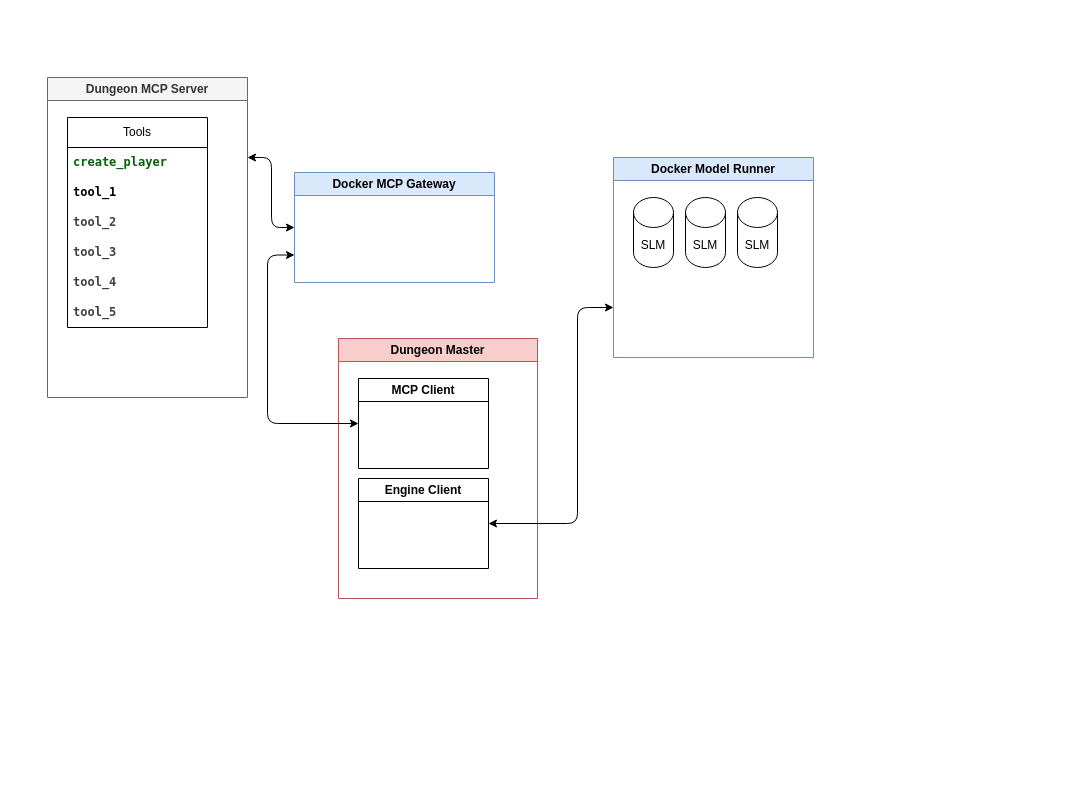
Earlier version of the draw.io diagram architecture/game.drawio (Compose-and-Dragons/dungeon.v1). Source tidied: cells renumbered, new cells numbered last; positions are measured from the earlier drawing's top-left corner, leaving out a move shared by most shapes. Both pictures are drawn from the tidied source at 100%, with x=0, y=0 at pixel (47, 77).
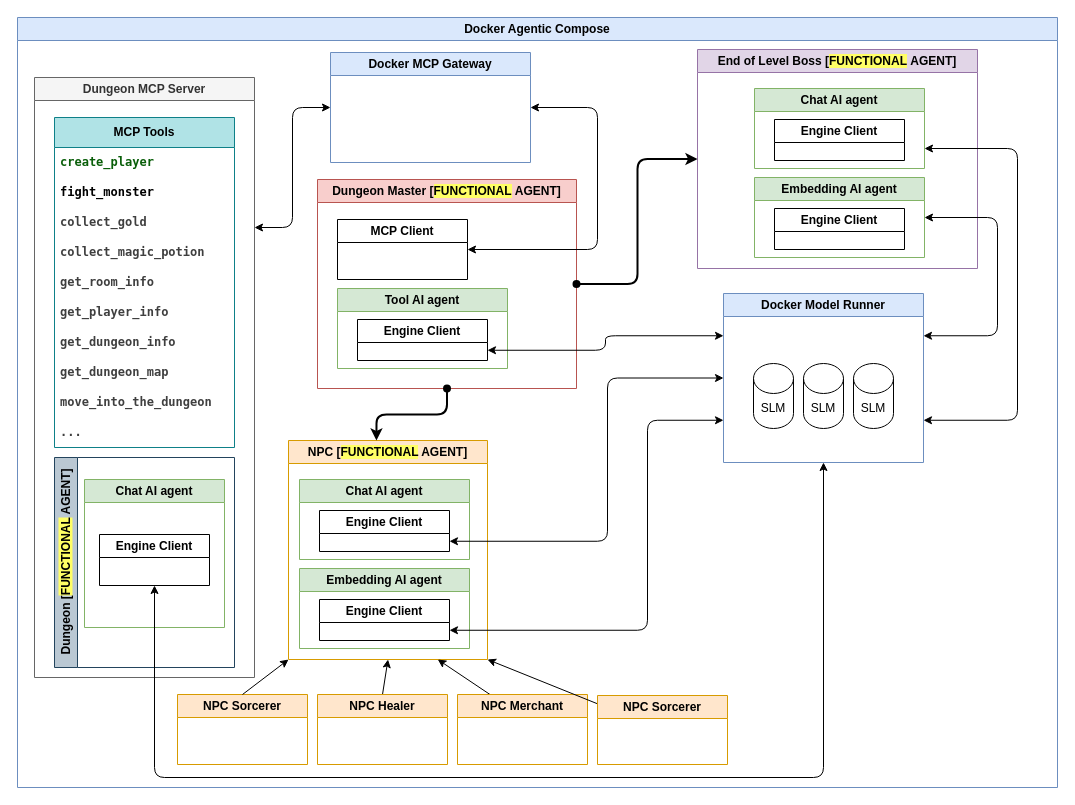
After the change.

Diff of the diagram source:
```diff
@@
+    <mxCell id="21" value="Docker Agentic Compose" style="swimlane;whiteSpace=wrap;html=1;fillColor=#dae8fc;strokeColor=#6c8ebf;" parent="1" vertex="1">
+      <mxGeometry x="-30" y="-60" width="1040" height="770" as="geometry" />
+    </mxCell>
     <mxCell id="2" value="Dungeon MCP Server" style="swimlane;whiteSpace=wrap;html=1;fillColor=#f5f5f5;fontColor=#333333;strokeColor=#666666;" parent="1" vertex="1">
-      <mxGeometry width="200" height="320" as="geometry" />
+      <mxGeometry x="-13" width="220" height="600" as="geometry" />
     </mxCell>
-    <mxCell id="3" value="Tools" style="swimlane;fontStyle=0;horizontal=1;startSize=30;whiteSpace=wrap;html=1;" parent="2" vertex="1">
-      <mxGeometry x="20" y="40" width="140" height="210" as="geometry" />
+    <mxCell id="3" value="MCP Tools" style="swimlane;fontStyle=1;horizontal=1;startSize=30;whiteSpace=wrap;html=1;fillColor=#b0e3e6;strokeColor=#0e8088;" parent="2" vertex="1">
+      <mxGeometry x="20" y="40" width="180" height="330" as="geometry" />
     </mxCell>
     <mxCell id="4" value="&lt;div style=&quot;color: rgb(0, 0, 0); background-color: rgb(255, 255, 255); font-family: Menlo, Monaco, &amp;quot;Courier New&amp;quot;, monospace; line-height: 21px; white-space: pre;&quot;&gt;&lt;span style=&quot;color: rgb(9, 94, 9); font-weight: bold;&quot;&gt;&lt;font&gt;create_player&lt;/font&gt;&lt;/span&gt;&lt;/div&gt;" style="text;strokeColor=none;fillColor=none;align=left;verticalAlign=middle;spacingLeft=4;spacingRight=4;overflow=hidden;whiteSpace=wrap;html=1;" parent="3" vertex="1">
-      <mxGeometry y="30" width="140" height="30" as="geometry" />
+      <mxGeometry y="30" width="180" height="30" as="geometry" />
     </mxCell>
-    <mxCell id="5" value="&lt;div style=&quot;background-color: rgb(255, 255, 255); font-family: Menlo, Monaco, &amp;quot;Courier New&amp;quot;, monospace; line-height: 21px; white-space: pre; color: rgb(0, 0, 0);&quot;&gt;&lt;b&gt;tool_1&lt;/b&gt;&lt;/div&gt;" style="text;strokeColor=none;fillColor=none;align=left;verticalAlign=middle;spacingLeft=4;spacingRight=4;overflow=hidden;whiteSpace=wrap;html=1;" parent="3" vertex="1">
-      <mxGeometry y="60" width="140" height="30" as="geometry" />
+    <mxCell id="5" value="&lt;div style=&quot;background-color: rgb(255, 255, 255); font-family: Menlo, Monaco, &amp;quot;Courier New&amp;quot;, monospace; line-height: 21px; white-space: pre; color: rgb(0, 0, 0);&quot;&gt;&lt;b&gt;fight_monster&lt;/b&gt;&lt;/div&gt;" style="text;strokeColor=none;fillColor=none;align=left;verticalAlign=middle;spacingLeft=4;spacingRight=4;overflow=hidden;whiteSpace=wrap;html=1;" parent="3" vertex="1">
+      <mxGeometry y="60" width="180" height="30" as="geometry" />
     </mxCell>
-    <mxCell id="6" value="&lt;b style=&quot;color: rgb(63, 63, 63); scrollbar-color: rgb(226, 226, 226) rgb(251, 251, 251); font-family: Menlo, Monaco, &amp;quot;Courier New&amp;quot;, monospace; white-space: pre;&quot;&gt;tool_2&lt;/b&gt;" style="text;strokeColor=none;fillColor=none;align=left;verticalAlign=middle;spacingLeft=4;spacingRight=4;overflow=hidden;whiteSpace=wrap;html=1;" parent="3" vertex="1">
-      <mxGeometry y="90" width="140" height="30" as="geometry" />
+    <mxCell id="6" value="&lt;b style=&quot;color: rgb(63, 63, 63); scrollbar-color: rgb(226, 226, 226) rgb(251, 251, 251); font-family: Menlo, Monaco, &amp;quot;Courier New&amp;quot;, monospace; white-space: pre;&quot;&gt;collect_gold&lt;/b&gt;" style="text;strokeColor=none;fillColor=none;align=left;verticalAlign=middle;spacingLeft=4;spacingRight=4;overflow=hidden;whiteSpace=wrap;html=1;" parent="3" vertex="1">
+      <mxGeometry y="90" width="180" height="30" as="geometry" />
     </mxCell>
-    <mxCell id="7" value="&lt;b style=&quot;scrollbar-color: rgb(226, 226, 226) rgb(251, 251, 251); font-family: Menlo, Monaco, &amp;quot;Courier New&amp;quot;, monospace; white-space: pre; color: rgb(63, 63, 63);&quot;&gt;tool_3&lt;/b&gt;" style="text;strokeColor=none;fillColor=none;align=left;verticalAlign=middle;spacingLeft=4;spacingRight=4;overflow=hidden;whiteSpace=wrap;html=1;" parent="3" vertex="1">
-      <mxGeometry y="120" width="140" height="30" as="geometry" />
+    <mxCell id="7" value="&lt;b style=&quot;scrollbar-color: rgb(226, 226, 226) rgb(251, 251, 251); font-family: Menlo, Monaco, &amp;quot;Courier New&amp;quot;, monospace; white-space: pre; color: rgb(63, 63, 63);&quot;&gt;collect_magic_potion&lt;/b&gt;" style="text;strokeColor=none;fillColor=none;align=left;verticalAlign=middle;spacingLeft=4;spacingRight=4;overflow=hidden;whiteSpace=wrap;html=1;" parent="3" vertex="1">
+      <mxGeometry y="120" width="180" height="30" as="geometry" />
     </mxCell>
-    <mxCell id="8" value="&lt;b style=&quot;scrollbar-color: rgb(226, 226, 226) rgb(251, 251, 251); font-family: Menlo, Monaco, &amp;quot;Courier New&amp;quot;, monospace; white-space: pre; color: rgb(63, 63, 63);&quot;&gt;tool_4&lt;/b&gt;" style="text;strokeColor=none;fillColor=none;align=left;verticalAlign=middle;spacingLeft=4;spacingRight=4;overflow=hidden;whiteSpace=wrap;html=1;" parent="3" vertex="1">
-      <mxGeometry y="150" width="140" height="30" as="geometry" />
+    <mxCell id="8" value="&lt;b style=&quot;scrollbar-color: rgb(226, 226, 226) rgb(251, 251, 251); font-family: Menlo, Monaco, &amp;quot;Courier New&amp;quot;, monospace; white-space: pre; color: rgb(63, 63, 63);&quot;&gt;get_room_info&lt;/b&gt;" style="text;strokeColor=none;fillColor=none;align=left;verticalAlign=middle;spacingLeft=4;spacingRight=4;overflow=hidden;whiteSpace=wrap;html=1;" parent="3" vertex="1">
+      <mxGeometry y="150" width="180" height="30" as="geometry" />
     </mxCell>
-    <mxCell id="9" value="&lt;b style=&quot;scrollbar-color: rgb(226, 226, 226) rgb(251, 251, 251); font-family: Menlo, Monaco, &amp;quot;Courier New&amp;quot;, monospace; white-space: pre; color: rgb(63, 63, 63);&quot;&gt;tool_5&lt;/b&gt;" style="text;strokeColor=none;fillColor=none;align=left;verticalAlign=middle;spacingLeft=4;spacingRight=4;overflow=hidden;whiteSpace=wrap;html=1;" parent="3" vertex="1">
-      <mxGeometry y="180" width="140" height="30" as="geometry" />
+    <mxCell id="9" value="&lt;b style=&quot;scrollbar-color: rgb(226, 226, 226) rgb(251, 251, 251); font-family: Menlo, Monaco, &amp;quot;Courier New&amp;quot;, monospace; white-space: pre; color: rgb(63, 63, 63);&quot;&gt;get_player_info&lt;/b&gt;" style="text;strokeColor=none;fillColor=none;align=left;verticalAlign=middle;spacingLeft=4;spacingRight=4;overflow=hidden;whiteSpace=wrap;html=1;" parent="3" vertex="1">
+      <mxGeometry y="180" width="180" height="30" as="geometry" />
     </mxCell>
+    <mxCell id="22" value="&lt;b style=&quot;scrollbar-color: rgb(226, 226, 226) rgb(251, 251, 251); font-family: Menlo, Monaco, &amp;quot;Courier New&amp;quot;, monospace; white-space: pre; color: rgb(63, 63, 63);&quot;&gt;get_dungeon_info&lt;/b&gt;" style="text;strokeColor=none;fillColor=none;align=left;verticalAlign=middle;spacingLeft=4;spacingRight=4;overflow=hidden;whiteSpace=wrap;html=1;" parent="3" vertex="1">
+      <mxGeometry y="210" width="180" height="30" as="geometry" />
+    </mxCell>
+    <mxCell id="23" value="&lt;b style=&quot;scrollbar-color: rgb(226, 226, 226) rgb(251, 251, 251); font-family: Menlo, Monaco, &amp;quot;Courier New&amp;quot;, monospace; white-space: pre; color: rgb(63, 63, 63);&quot;&gt;get_dungeon_map&lt;/b&gt;" style="text;strokeColor=none;fillColor=none;align=left;verticalAlign=middle;spacingLeft=4;spacingRight=4;overflow=hidden;whiteSpace=wrap;html=1;" parent="3" vertex="1">
+      <mxGeometry y="240" width="180" height="30" as="geometry" />
+    </mxCell>
+    <mxCell id="24" value="&lt;b style=&quot;scrollbar-color: rgb(226, 226, 226) rgb(251, 251, 251); font-family: Menlo, Monaco, &amp;quot;Courier New&amp;quot;, monospace; white-space: pre; color: rgb(63, 63, 63);&quot;&gt;move_into_the_dungeon&lt;/b&gt;" style="text;strokeColor=none;fillColor=none;align=left;verticalAlign=middle;spacingLeft=4;spacingRight=4;overflow=hidden;whiteSpace=wrap;html=1;" parent="3" vertex="1">
+      <mxGeometry y="270" width="180" height="30" as="geometry" />
+    </mxCell>
+    <mxCell id="25" value="&lt;b style=&quot;scrollbar-color: rgb(226, 226, 226) rgb(251, 251, 251); font-family: Menlo, Monaco, &amp;quot;Courier New&amp;quot;, monospace; white-space: pre; color: rgb(63, 63, 63);&quot;&gt;...&lt;/b&gt;" style="text;strokeColor=none;fillColor=none;align=left;verticalAlign=middle;spacingLeft=4;spacingRight=4;overflow=hidden;whiteSpace=wrap;html=1;" parent="3" vertex="1">
+      <mxGeometry y="300" width="180" height="30" as="geometry" />
+    </mxCell>
+    <mxCell id="26" value="Dungeon [&lt;span style=&quot;background-color: light-dark(rgb(255, 255, 101), rgb(237, 237, 237));&quot;&gt;FUNCTIONAL&lt;/span&gt; AGENT]" style="swimlane;horizontal=0;whiteSpace=wrap;html=1;fillColor=#bac8d3;strokeColor=#23445d;" parent="2" vertex="1">
+      <mxGeometry x="20" y="380" width="180" height="210" as="geometry" />
+    </mxCell>
+    <mxCell id="27" value="Chat AI agent" style="swimlane;whiteSpace=wrap;html=1;fillColor=#d5e8d4;strokeColor=#82b366;" parent="26" vertex="1">
+      <mxGeometry x="30" y="22" width="140" height="148" as="geometry" />
+    </mxCell>
+    <mxCell id="28" value="Engine Client" style="swimlane;whiteSpace=wrap;html=1;rounded=0;glass=0;" parent="27" vertex="1">
+      <mxGeometry x="15" y="55" width="110" height="51" as="geometry" />
+    </mxCell>
     <mxCell id="10" value="Docker MCP Gateway" style="swimlane;whiteSpace=wrap;html=1;fillColor=#dae8fc;strokeColor=#6c8ebf;" parent="1" vertex="1">
-      <mxGeometry x="247" y="95" width="200" height="110" as="geometry" />
+      <mxGeometry x="283" y="-25" width="200" height="110" as="geometry" />
     </mxCell>
@@
-    <mxCell id="12" value="Dungeon Master" style="swimlane;whiteSpace=wrap;html=1;fillColor=#f8cecc;strokeColor=#b85450;" parent="1" vertex="1">
-      <mxGeometry x="291" y="261" width="199" height="260" as="geometry" />
+    <mxCell id="12" value="Dungeon Master [&lt;span style=&quot;color: rgb(0, 0, 0);&quot;&gt;&lt;span style=&quot;background-color: light-dark(rgb(255, 255, 101), rgb(50, 50, 0));&quot;&gt;FUNCTIONAL&lt;/span&gt;&amp;nbsp;&lt;/span&gt;AGENT]" style="swimlane;whiteSpace=wrap;html=1;fillColor=#f8cecc;strokeColor=#b85450;" parent="1" vertex="1">
+      <mxGeometry x="270" y="102" width="259" height="209" as="geometry" />
     </mxCell>
     <mxCell id="13" value="MCP Client" style="swimlane;whiteSpace=wrap;html=1;" parent="12" vertex="1">
-      <mxGeometry x="20" y="40" width="130" height="90" as="geometry" />
+      <mxGeometry x="20" y="40" width="130" height="60" as="geometry" />
     </mxCell>
-    <mxCell id="14" value="Engine Client" style="swimlane;whiteSpace=wrap;html=1;" parent="12" vertex="1">
-      <mxGeometry x="20" y="140" width="130" height="90" as="geometry" />
-    </mxCell>
-    <mxCell id="15" style="endArrow=classic;startArrow=classic;html=1;exitX=1;exitY=0.5;exitDx=0;exitDy=0;entryX=0;entryY=0.75;entryDx=0;entryDy=0;edgeStyle=elbowEdgeStyle;" parent="1" edge="1" source="14" target="17">
-      <mxGeometry relative="1" as="geometry">
-        <Array as="points">
-          <mxPoint x="530" y="340" />
-        </Array>
-      </mxGeometry>
-    </mxCell>
+    <mxCell id="29" value="Tool AI agent" style="swimlane;whiteSpace=wrap;html=1;fillColor=#d5e8d4;strokeColor=#82b366;" parent="12" vertex="1">
+      <mxGeometry x="20" y="109" width="170" height="80" as="geometry" />
+    </mxCell>
+    <mxCell id="30" value="Engine Client" style="swimlane;whiteSpace=wrap;html=1;" parent="29" vertex="1">
+      <mxGeometry x="20" y="31" width="130" height="41" as="geometry" />
+    </mxCell>
+    <mxCell id="31" value="NPC&amp;nbsp;&lt;span style=&quot;color: rgb(0, 0, 0);&quot;&gt;[&lt;span style=&quot;background-color: rgb(255, 255, 102);&quot;&gt;FUNCTIONAL&lt;/span&gt; AGENT]&lt;/span&gt;" style="swimlane;whiteSpace=wrap;html=1;backgroundOutline=0;fillColor=#ffe6cc;strokeColor=#d79b00;" parent="12" vertex="1">
+      <mxGeometry x="-29" y="261" width="199" height="219" as="geometry" />
+    </mxCell>
+    <mxCell id="32" value="Chat AI agent" style="swimlane;whiteSpace=wrap;html=1;fillColor=#d5e8d4;strokeColor=#82b366;" parent="31" vertex="1">
+      <mxGeometry x="11" y="39" width="170" height="80" as="geometry" />
+    </mxCell>
+    <mxCell id="33" value="Engine Client" style="swimlane;whiteSpace=wrap;html=1;" parent="32" vertex="1">
+      <mxGeometry x="20" y="31" width="130" height="41" as="geometry" />
+    </mxCell>
+    <mxCell id="34" value="Embedding AI agent" style="swimlane;whiteSpace=wrap;html=1;fillColor=#d5e8d4;strokeColor=#82b366;" parent="31" vertex="1">
+      <mxGeometry x="11" y="128" width="170" height="80" as="geometry" />
+    </mxCell>
+    <mxCell id="35" value="Engine Client" style="swimlane;whiteSpace=wrap;html=1;" parent="34" vertex="1">
+      <mxGeometry x="20" y="31" width="130" height="41" as="geometry" />
+    </mxCell>
+    <mxCell id="36" style="edgeStyle=orthogonalEdgeStyle;html=1;exitX=0.5;exitY=1;exitDx=0;exitDy=0;entryX=0.442;entryY=0;entryDx=0;entryDy=0;entryPerimeter=0;strokeWidth=2;startArrow=oval;startFill=1;" parent="12" edge="1" source="12" target="31">
+      <mxGeometry relative="1" as="geometry" />
+    </mxCell>
-    <mxCell id="16" style="edgeStyle=elbowEdgeStyle;html=1;exitX=0;exitY=0.5;exitDx=0;exitDy=0;startArrow=classic;startFill=1;entryX=0;entryY=0.75;entryDx=0;entryDy=0;" parent="1" edge="1" source="13" target="10">
+    <mxCell id="16" style="edgeStyle=elbowEdgeStyle;html=1;exitX=1;exitY=0.5;exitDx=0;exitDy=0;startArrow=classic;startFill=1;entryX=1;entryY=0.5;entryDx=0;entryDy=0;" parent="1" edge="1" source="13" target="10">
       <mxGeometry relative="1" as="geometry">
         <Array as="points">
-          <mxPoint x="220" y="320" />
+          <mxPoint x="550" y="130" />
         </Array>
       </mxGeometry>
     </mxCell>
     <mxCell id="17" value="Docker Model Runner" style="swimlane;whiteSpace=wrap;html=1;fillColor=#dae8fc;strokeColor=#6c8ebf;" parent="1" vertex="1">
-      <mxGeometry x="566" y="80" width="200" height="200" as="geometry" />
+      <mxGeometry x="676" y="216" width="200" height="169" as="geometry" />
     </mxCell>
     <mxCell id="18" value="SLM" style="shape=cylinder3;whiteSpace=wrap;html=1;boundedLbl=1;backgroundOutline=1;size=15;" parent="17" vertex="1">
-      <mxGeometry x="20" y="40" width="40" height="70" as="geometry" />
+      <mxGeometry x="30" y="70" width="40" height="65" as="geometry" />
     </mxCell>
     <mxCell id="19" value="SLM" style="shape=cylinder3;whiteSpace=wrap;html=1;boundedLbl=1;backgroundOutline=1;size=15;" parent="17" vertex="1">
-      <mxGeometry x="72" y="40" width="40" height="70" as="geometry" />
+      <mxGeometry x="80" y="70" width="40" height="65" as="geometry" />
     </mxCell>
     <mxCell id="20" value="SLM" style="shape=cylinder3;whiteSpace=wrap;html=1;boundedLbl=1;backgroundOutline=1;size=15;" parent="17" vertex="1">
-      <mxGeometry x="124" y="40" width="40" height="70" as="geometry" />
+      <mxGeometry x="130" y="70" width="40" height="65" as="geometry" />
     </mxCell>
+    <mxCell id="37" style="endArrow=classic;startArrow=classic;html=1;entryX=0.5;entryY=1;entryDx=0;entryDy=0;exitX=0.5;exitY=1;exitDx=0;exitDy=0;edgeStyle=elbowEdgeStyle;elbow=vertical;" parent="1" edge="1" source="17" target="28">
+      <mxGeometry relative="1" as="geometry">
+        <Array as="points">
+          <mxPoint x="430" y="700" />
+        </Array>
+      </mxGeometry>
+    </mxCell>
+    <mxCell id="38" value="NPC Sorcerer" style="swimlane;whiteSpace=wrap;html=1;backgroundOutline=0;fillColor=#ffe6cc;strokeColor=#d79b00;" parent="1" vertex="1">
+      <mxGeometry x="130" y="617" width="130" height="70" as="geometry" />
+    </mxCell>
+    <mxCell id="39" style="edgeStyle=none;html=1;exitX=0.5;exitY=0;exitDx=0;exitDy=0;entryX=0.5;entryY=1;entryDx=0;entryDy=0;" parent="1" edge="1" source="40" target="31">
+      <mxGeometry relative="1" as="geometry" />
+    </mxCell>
+    <mxCell id="40" value="NPC Healer" style="swimlane;whiteSpace=wrap;html=1;backgroundOutline=0;fillColor=#ffe6cc;strokeColor=#d79b00;" parent="1" vertex="1">
+      <mxGeometry x="270" y="617" width="130" height="70" as="geometry" />
+    </mxCell>
+    <mxCell id="41" style="edgeStyle=none;html=1;exitX=0.25;exitY=0;exitDx=0;exitDy=0;entryX=0.75;entryY=1;entryDx=0;entryDy=0;" parent="1" edge="1" source="42" target="31">
+      <mxGeometry relative="1" as="geometry" />
+    </mxCell>
+    <mxCell id="42" value="NPC Merchant" style="swimlane;whiteSpace=wrap;html=1;backgroundOutline=0;fillColor=#ffe6cc;strokeColor=#d79b00;" parent="1" vertex="1">
+      <mxGeometry x="410" y="617" width="130" height="70" as="geometry" />
+    </mxCell>
+    <mxCell id="43" style="edgeStyle=none;html=1;entryX=1;entryY=1;entryDx=0;entryDy=0;" parent="1" edge="1" source="44" target="31">
+      <mxGeometry relative="1" as="geometry" />
+    </mxCell>
+    <mxCell id="44" value="NPC Sorcerer" style="swimlane;whiteSpace=wrap;html=1;backgroundOutline=0;fillColor=#ffe6cc;strokeColor=#d79b00;" parent="1" vertex="1">
+      <mxGeometry x="550" y="618" width="130" height="69" as="geometry" />
+    </mxCell>
+    <mxCell id="45" style="endArrow=classic;html=1;exitX=0.5;exitY=0;exitDx=0;exitDy=0;entryX=0;entryY=1;entryDx=0;entryDy=0;" parent="1" edge="1" source="38" target="31">
+      <mxGeometry relative="1" as="geometry" />
+    </mxCell>
+    <mxCell id="46" style="edgeStyle=elbowEdgeStyle;html=1;exitX=1;exitY=0.75;exitDx=0;exitDy=0;entryX=0;entryY=0.5;entryDx=0;entryDy=0;endArrow=classic;endFill=1;startArrow=classic;startFill=1;" parent="1" edge="1" source="33" target="17">
+      <mxGeometry relative="1" as="geometry">
+        <Array as="points">
+          <mxPoint x="560" y="400" />
+        </Array>
+      </mxGeometry>
+    </mxCell>
+    <mxCell id="47" style="edgeStyle=elbowEdgeStyle;html=1;exitX=1;exitY=0.75;exitDx=0;exitDy=0;entryX=0;entryY=0.75;entryDx=0;entryDy=0;endArrow=classic;endFill=1;startArrow=classic;startFill=1;" parent="1" edge="1" source="35" target="17">
+      <mxGeometry relative="1" as="geometry">
+        <Array as="points">
+          <mxPoint x="600" y="460" />
+        </Array>
+      </mxGeometry>
+    </mxCell>
+    <mxCell id="48" style="edgeStyle=elbowEdgeStyle;html=1;exitX=1;exitY=0.75;exitDx=0;exitDy=0;entryX=0;entryY=0.25;entryDx=0;entryDy=0;startArrow=classic;startFill=1;" parent="1" edge="1" source="30" target="17">
+      <mxGeometry relative="1" as="geometry" />
+    </mxCell>
+    <mxCell id="49" value="End of Level Boss&amp;nbsp;&lt;span style=&quot;color: rgb(0, 0, 0);&quot;&gt;[&lt;span style=&quot;color: rgb(0, 0, 0);&quot;&gt;&lt;span style=&quot;background-color: rgb(255, 255, 102);&quot;&gt;FUNCTIONAL&lt;/span&gt;&amp;nbsp;&lt;/span&gt;AGENT]&lt;/span&gt;" style="swimlane;whiteSpace=wrap;html=1;backgroundOutline=0;fillColor=#e1d5e7;strokeColor=#9673a6;" parent="1" vertex="1">
+      <mxGeometry x="650" y="-28" width="280" height="219" as="geometry" />
+    </mxCell>
+    <mxCell id="50" value="Chat AI agent" style="swimlane;whiteSpace=wrap;html=1;fillColor=#d5e8d4;strokeColor=#82b366;" parent="49" vertex="1">
+      <mxGeometry x="57" y="39" width="170" height="80" as="geometry" />
+    </mxCell>
+    <mxCell id="51" value="Engine Client" style="swimlane;whiteSpace=wrap;html=1;" parent="50" vertex="1">
+      <mxGeometry x="20" y="31" width="130" height="41" as="geometry" />
+    </mxCell>
+    <mxCell id="52" value="Embedding AI agent" style="swimlane;whiteSpace=wrap;html=1;fillColor=#d5e8d4;strokeColor=#82b366;" parent="49" vertex="1">
+      <mxGeometry x="57" y="128" width="170" height="80" as="geometry" />
+    </mxCell>
+    <mxCell id="53" value="Engine Client" style="swimlane;whiteSpace=wrap;html=1;" parent="52" vertex="1">
+      <mxGeometry x="20" y="31" width="130" height="41" as="geometry" />
+    </mxCell>
+    <mxCell id="54" style="edgeStyle=elbowEdgeStyle;html=1;strokeWidth=2;entryX=0;entryY=0.5;entryDx=0;entryDy=0;exitX=1;exitY=0.5;exitDx=0;exitDy=0;startArrow=oval;startFill=1;" parent="1" edge="1" source="12" target="49">
+      <mxGeometry relative="1" as="geometry" />
+    </mxCell>
+    <mxCell id="55" style="edgeStyle=elbowEdgeStyle;html=1;exitX=1;exitY=0.75;exitDx=0;exitDy=0;startArrow=classic;startFill=1;entryX=1;entryY=0.75;entryDx=0;entryDy=0;" parent="1" edge="1" source="50" target="17">
+      <mxGeometry relative="1" as="geometry">
+        <Array as="points">
+          <mxPoint x="970" y="200" />
+        </Array>
+      </mxGeometry>
+    </mxCell>
+    <mxCell id="56" style="edgeStyle=elbowEdgeStyle;html=1;exitX=1;exitY=0.5;exitDx=0;exitDy=0;startArrow=classic;startFill=1;entryX=1;entryY=0.25;entryDx=0;entryDy=0;" parent="1" edge="1" source="52" target="17">
+      <mxGeometry relative="1" as="geometry">
+        <Array as="points">
+          <mxPoint x="950" y="190" />
+        </Array>
+      </mxGeometry>
+    </mxCell>
```
